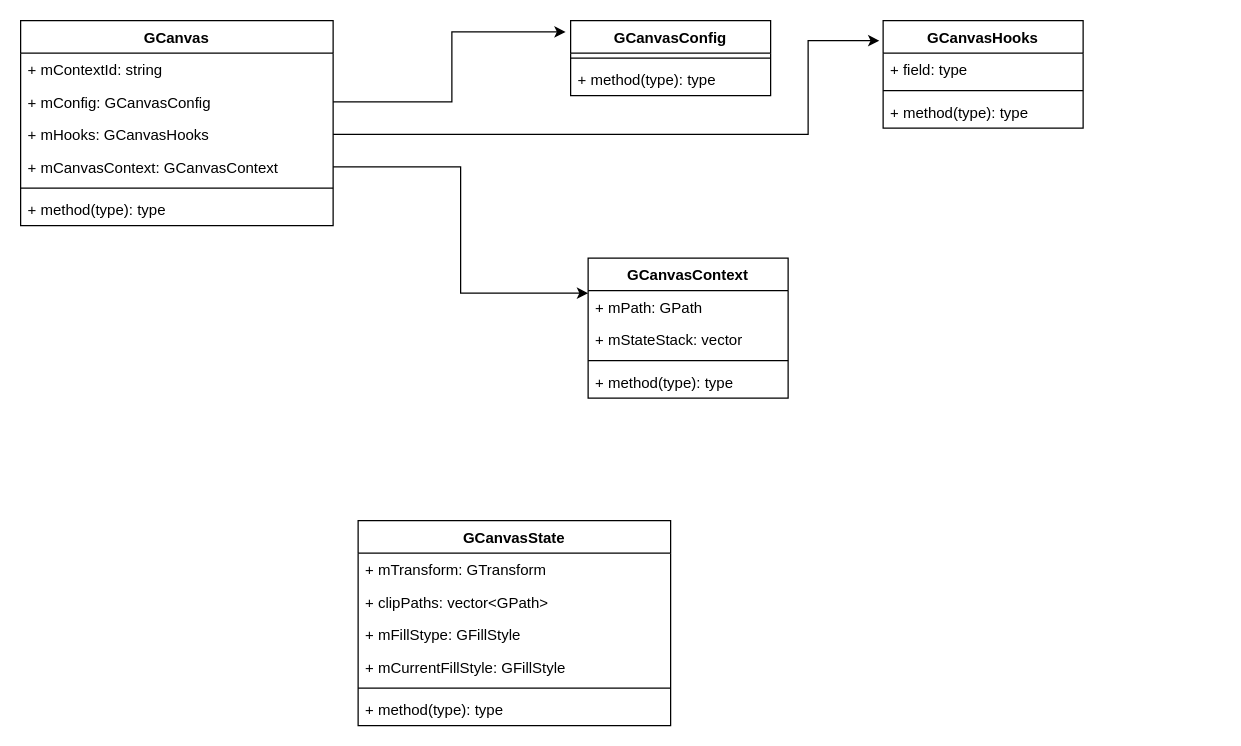
This is page "GCanvas" (2 of 2) of docs/Untitled Diagram.drawio from zoozooll/Object3DEngine, a draw.io file, before an edit. Source tidied: cells renumbered, new cells numbered last; positions are measured from the earlier drawing's top-left corner, leaving out a move shared by most shapes. Both pictures are drawn from the tidied source at 125%, with x=0, y=0 at pixel (20, 20).
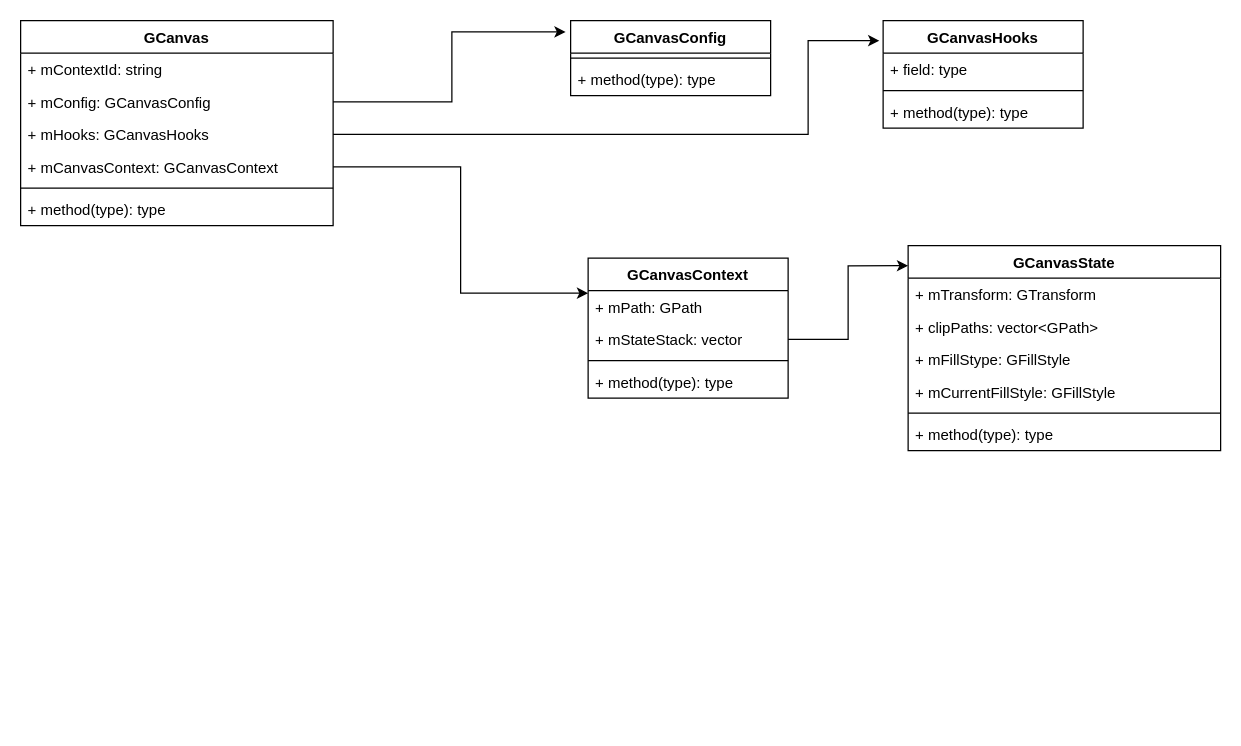
After the change.

The change refers to these unchanged cells:
```xml
<mxCell id="14" value="+ mStateStack: vector" style="text;strokeColor=none;fillColor=none;align=left;verticalAlign=top;spacingLeft=4;spacingRight=4;overflow=hidden;points=[[0,0.5],[1,0.5]];portConstraint=eastwest;" parent="12" vertex="1">
  <mxGeometry y="52" width="160" height="26" as="geometry" />
</mxCell>
```

What changed in the source:
```diff
@@
     <mxCell id="24" value="GCanvasState" style="swimlane;fontStyle=1;align=center;verticalAlign=top;horizontal=1;startSize=26;" parent="1" vertex="1">
-      <mxGeometry x="270" y="400" width="250" height="164" as="geometry" />
+      <mxGeometry x="710" y="180" width="250" height="164" as="geometry" />
     </mxCell>
@@
+    <mxCell id="31" style="edgeStyle=orthogonalEdgeStyle;rounded=0;jettySize=auto;html=1;exitX=1;exitY=0.5;exitDx=0;exitDy=0;entryX=0;entryY=0.098;entryDx=0;entryDy=0;entryPerimeter=0;" parent="1" edge="1" source="14" target="24">
+      <mxGeometry relative="1" as="geometry" />
+    </mxCell>
```
